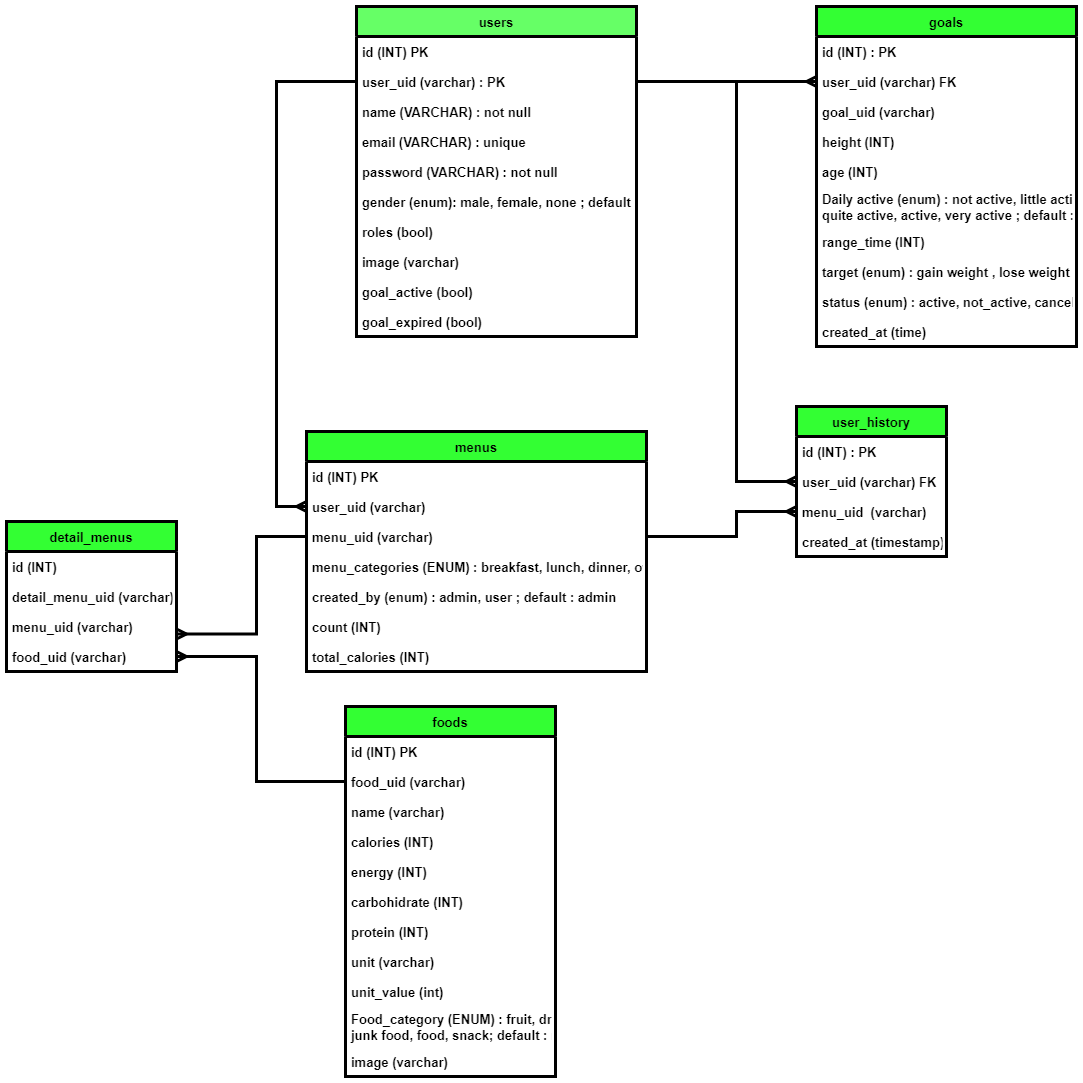
Earlier version of the draw.io export doc/ERD.png (FINAL-PROJECT-ALTA/BE). Source tidied: cells renumbered, new cells last; positions are measured from the earlier drawing's top-left corner, leaving out a move shared by most shapes.
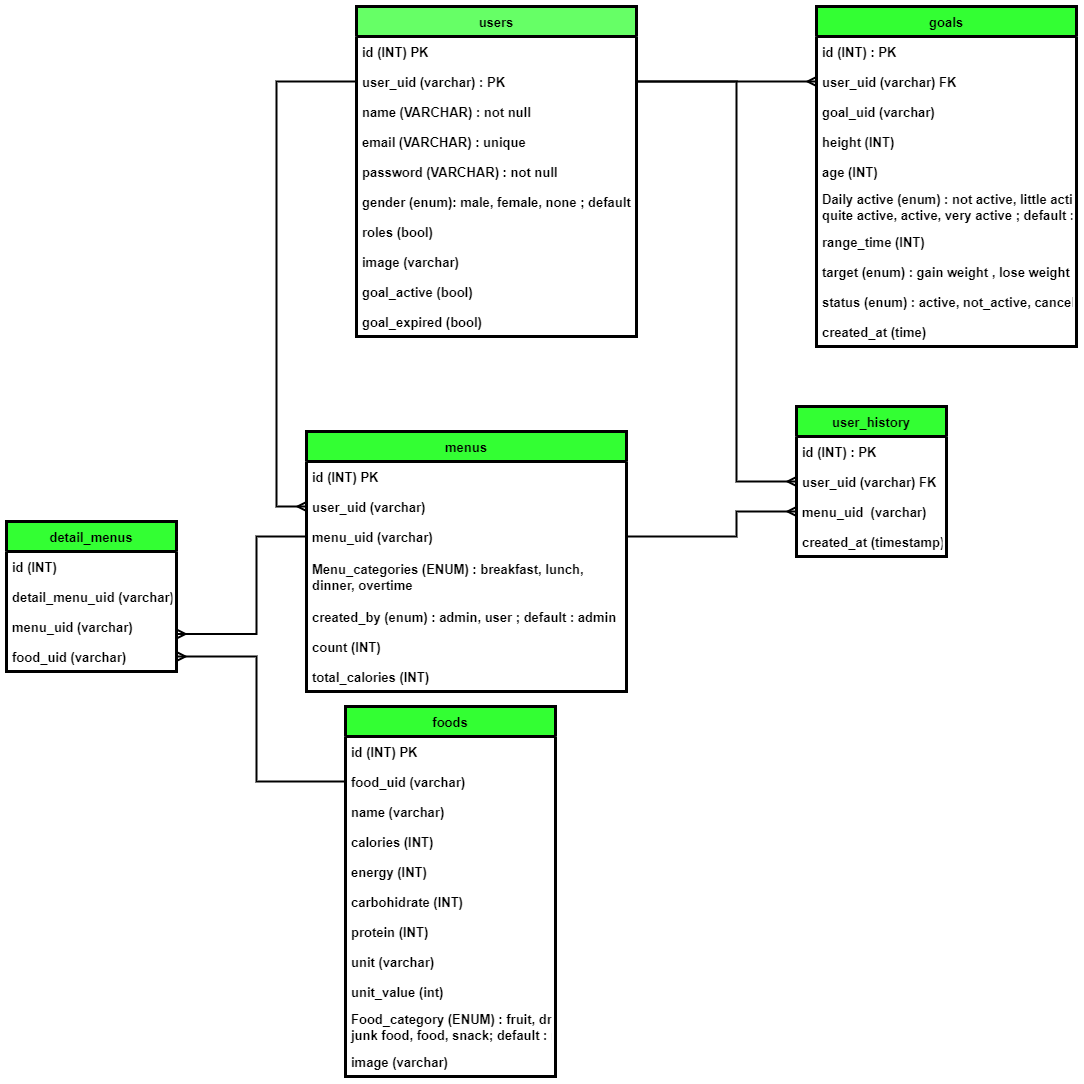
The same diagram one commit later.

Change to the diagram source:
```diff
@@ -105,28 +105,28 @@
       <mxGeometry y="310" width="260" height="30" as="geometry" />
     </mxCell>
     <mxCell id="36" value="menus" style="swimlane;fontStyle=1;horizontal=1;startSize=30;fillColor=#33FF33;strokeWidth=3;fontSize=13;" parent="1" vertex="1">
-      <mxGeometry x="300" y="425" width="340" height="240" as="geometry" />
+      <mxGeometry x="300" y="425" width="320" height="260" as="geometry" />
     </mxCell>
     <mxCell id="37" value="id (INT) PK" style="text;strokeColor=none;fillColor=none;align=left;verticalAlign=middle;spacingLeft=4;spacingRight=4;overflow=hidden;strokeWidth=3;fontStyle=1;fontSize=13;" parent="36" vertex="1">
-      <mxGeometry y="30" width="340" height="30" as="geometry" />
+      <mxGeometry y="30" width="320" height="30" as="geometry" />
     </mxCell>
     <mxCell id="38" value="user_uid (varchar)" style="text;strokeColor=none;fillColor=none;align=left;verticalAlign=middle;spacingLeft=4;spacingRight=4;overflow=hidden;points=[[0,0.5],[1,0.5]];portConstraint=eastwest;strokeWidth=3;fontStyle=1;fontSize=13;" parent="36" vertex="1">
-      <mxGeometry y="60" width="340" height="30" as="geometry" />
+      <mxGeometry y="60" width="320" height="30" as="geometry" />
     </mxCell>
     <mxCell id="39" value="menu_uid (varchar)" style="text;strokeColor=none;fillColor=none;align=left;verticalAlign=middle;spacingLeft=4;spacingRight=4;overflow=hidden;points=[[0,0.5],[1,0.5]];portConstraint=eastwest;strokeWidth=3;fontStyle=1;fontSize=13;" parent="36" vertex="1">
-      <mxGeometry y="90" width="340" height="30" as="geometry" />
+      <mxGeometry y="90" width="320" height="30" as="geometry" />
     </mxCell>
-    <mxCell id="40" value="menu_categories (ENUM) : breakfast, lunch, dinner, overtime" style="text;strokeColor=none;fillColor=none;align=left;verticalAlign=middle;spacingLeft=4;spacingRight=4;overflow=hidden;strokeWidth=3;fontStyle=1;fontSize=13;" parent="36" vertex="1">
-      <mxGeometry y="120" width="340" height="30" as="geometry" />
+    <mxCell id="40" value="Menu_categories (ENUM) : breakfast, lunch, &#10;dinner, overtime" style="text;strokeColor=none;fillColor=none;align=left;verticalAlign=middle;spacingLeft=4;spacingRight=4;overflow=hidden;strokeWidth=3;fontStyle=1;fontSize=13;" parent="36" vertex="1">
+      <mxGeometry y="120" width="320" height="50" as="geometry" />
     </mxCell>
     <mxCell id="41" value="created_by (enum) : admin, user ; default : admin" style="text;strokeColor=none;fillColor=none;align=left;verticalAlign=middle;spacingLeft=4;spacingRight=4;overflow=hidden;strokeWidth=3;fontStyle=1;fontSize=13;" parent="36" vertex="1">
-      <mxGeometry y="150" width="340" height="30" as="geometry" />
+      <mxGeometry y="170" width="320" height="30" as="geometry" />
     </mxCell>
     <mxCell id="42" value="count (INT)" style="text;strokeColor=none;fillColor=none;align=left;verticalAlign=middle;spacingLeft=4;spacingRight=4;overflow=hidden;strokeWidth=3;fontStyle=1;fontSize=13;" parent="36" vertex="1">
-      <mxGeometry y="180" width="340" height="30" as="geometry" />
+      <mxGeometry y="200" width="320" height="30" as="geometry" />
     </mxCell>
     <mxCell id="43" value="total_calories (INT)" style="text;strokeColor=none;fillColor=none;align=left;verticalAlign=middle;spacingLeft=4;spacingRight=4;overflow=hidden;strokeWidth=3;fontStyle=1;fontSize=13;" parent="36" vertex="1">
-      <mxGeometry y="210" width="340" height="30" as="geometry" />
+      <mxGeometry y="230" width="320" height="30" as="geometry" />
     </mxCell>
     <mxCell id="44" value="detail_menus" style="swimlane;fontStyle=1;horizontal=1;startSize=30;fillColor=#33FF33;strokeWidth=3;fontSize=13;" parent="1" vertex="1">
       <mxGeometry y="515" width="170" height="150" as="geometry" />
@@ -143,7 +143,7 @@
     <mxCell id="48" value="food_uid (varchar)" style="text;strokeColor=none;fillColor=none;align=left;verticalAlign=middle;spacingLeft=4;spacingRight=4;overflow=hidden;points=[[0,0.5],[1,0.5]];portConstraint=eastwest;strokeWidth=3;fontStyle=1;fontSize=13;" parent="44" vertex="1">
       <mxGeometry y="120" width="170" height="30" as="geometry" />
     </mxCell>
-    <mxCell id="49" style="edgeStyle=elbowEdgeStyle;fontSize=13;html=1;endArrow=ERmany;rounded=0;exitX=1;exitY=0.5;exitDx=0;exitDy=0;entryX=0;entryY=0.5;entryDx=0;entryDy=0;strokeWidth=3;fontStyle=1;" parent="1" edge="1" source="4" target="27">
+    <mxCell id="49" style="edgeStyle=elbowEdgeStyle;fontSize=13;html=1;endArrow=ERmany;rounded=0;exitX=1;exitY=0.5;exitDx=0;exitDy=0;entryX=0;entryY=0.5;entryDx=0;entryDy=0;strokeWidth=2;fontStyle=1;" parent="1" edge="1" source="4" target="27">
       <mxGeometry relative="1" as="geometry">
         <Array as="points">
           <mxPoint x="720" y="70" />
@@ -168,7 +168,7 @@
     <mxCell id="54" value="created_at (timestamp)" style="text;strokeColor=none;fillColor=none;align=left;verticalAlign=middle;spacingLeft=4;spacingRight=4;overflow=hidden;strokeWidth=3;fontStyle=1;fontSize=13;" parent="50" vertex="1">
       <mxGeometry y="120" width="150" height="30" as="geometry" />
     </mxCell>
-    <mxCell id="55" style="edgeStyle=elbowEdgeStyle;fontSize=13;html=1;endArrow=ERmany;rounded=0;exitX=1;exitY=0.5;exitDx=0;exitDy=0;entryX=0;entryY=0.5;entryDx=0;entryDy=0;strokeWidth=3;fontStyle=1;" parent="1" edge="1" source="4" target="52">
+    <mxCell id="55" style="edgeStyle=elbowEdgeStyle;fontSize=13;html=1;endArrow=ERmany;rounded=0;exitX=1;exitY=0.5;exitDx=0;exitDy=0;entryX=0;entryY=0.5;entryDx=0;entryDy=0;strokeWidth=2;fontStyle=1;" parent="1" edge="1" source="4" target="52">
       <mxGeometry relative="1" as="geometry">
         <Array as="points">
           <mxPoint x="730" y="270" />
@@ -179,7 +179,7 @@
         </Array>
       </mxGeometry>
     </mxCell>
-    <mxCell id="56" style="edgeStyle=elbowEdgeStyle;fontSize=13;html=1;endArrow=ERmany;rounded=0;exitX=0;exitY=0.5;exitDx=0;exitDy=0;entryX=1;entryY=0.5;entryDx=0;entryDy=0;strokeWidth=3;fontStyle=1;" parent="1" edge="1" source="15" target="48">
+    <mxCell id="56" style="edgeStyle=elbowEdgeStyle;fontSize=13;html=1;endArrow=ERmany;rounded=0;exitX=0;exitY=0.5;exitDx=0;exitDy=0;entryX=1;entryY=0.5;entryDx=0;entryDy=0;strokeWidth=2;fontStyle=1;" parent="1" edge="1" source="15" target="48">
       <mxGeometry relative="1" as="geometry">
         <Array as="points">
           <mxPoint x="250" y="720" />
@@ -190,7 +190,7 @@
         </Array>
       </mxGeometry>
     </mxCell>
-    <mxCell id="57" style="edgeStyle=elbowEdgeStyle;fontSize=13;html=1;endArrow=ERmany;rounded=0;exitX=0;exitY=0.5;exitDx=0;exitDy=0;entryX=1;entryY=0.75;entryDx=0;entryDy=0;strokeWidth=3;fontStyle=1;" parent="1" edge="1" source="39" target="44">
+    <mxCell id="57" style="edgeStyle=elbowEdgeStyle;fontSize=13;html=1;endArrow=ERmany;rounded=0;exitX=0;exitY=0.5;exitDx=0;exitDy=0;entryX=1;entryY=0.75;entryDx=0;entryDy=0;strokeWidth=2;fontStyle=1;" parent="1" edge="1" source="39" target="44">
       <mxGeometry relative="1" as="geometry">
         <Array as="points">
           <mxPoint x="250" y="610" />
@@ -200,7 +200,7 @@
         </Array>
       </mxGeometry>
     </mxCell>
-    <mxCell id="58" style="edgeStyle=elbowEdgeStyle;fontSize=13;html=1;endArrow=ERmany;rounded=0;exitX=0;exitY=0.5;exitDx=0;exitDy=0;entryX=0;entryY=0.5;entryDx=0;entryDy=0;strokeWidth=3;fontStyle=1;" parent="1" edge="1" source="4" target="38">
+    <mxCell id="58" style="edgeStyle=elbowEdgeStyle;fontSize=13;html=1;endArrow=ERmany;rounded=0;exitX=0;exitY=0.5;exitDx=0;exitDy=0;entryX=0;entryY=0.5;entryDx=0;entryDy=0;strokeWidth=2;fontStyle=1;" parent="1" edge="1" source="4" target="38">
       <mxGeometry relative="1" as="geometry">
         <Array as="points">
           <mxPoint x="270" y="300" />
@@ -209,7 +209,7 @@
         </Array>
       </mxGeometry>
     </mxCell>
-    <mxCell id="59" style="edgeStyle=elbowEdgeStyle;fontSize=13;html=1;endArrow=ERmany;rounded=0;exitX=1;exitY=0.5;exitDx=0;exitDy=0;entryX=0;entryY=0.5;entryDx=0;entryDy=0;strokeWidth=3;fontStyle=1;" parent="1" edge="1" source="39" target="53">
+    <mxCell id="59" style="edgeStyle=elbowEdgeStyle;fontSize=13;html=1;endArrow=ERmany;rounded=0;exitX=1;exitY=0.5;exitDx=0;exitDy=0;entryX=0;entryY=0.5;entryDx=0;entryDy=0;strokeWidth=2;fontStyle=1;" parent="1" edge="1" source="39" target="53">
       <mxGeometry relative="1" as="geometry">
         <Array as="points">
           <mxPoint x="730" y="520" />
```
